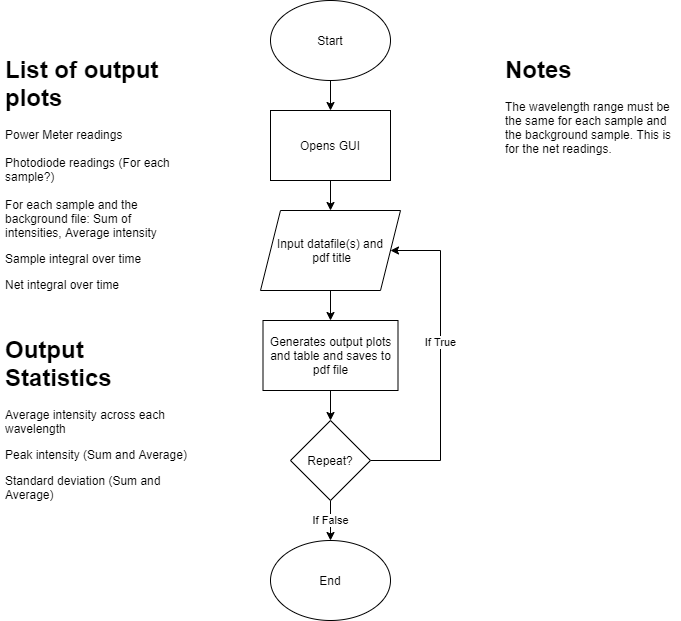
Before: Optrode_Analysis.png, a diagram exported from draw.io (Benjamin-Mc/Optrode). Source tidied: cells renumbered, new cells last; positions are measured from the earlier drawing's top-left corner, leaving out a move shared by most shapes.
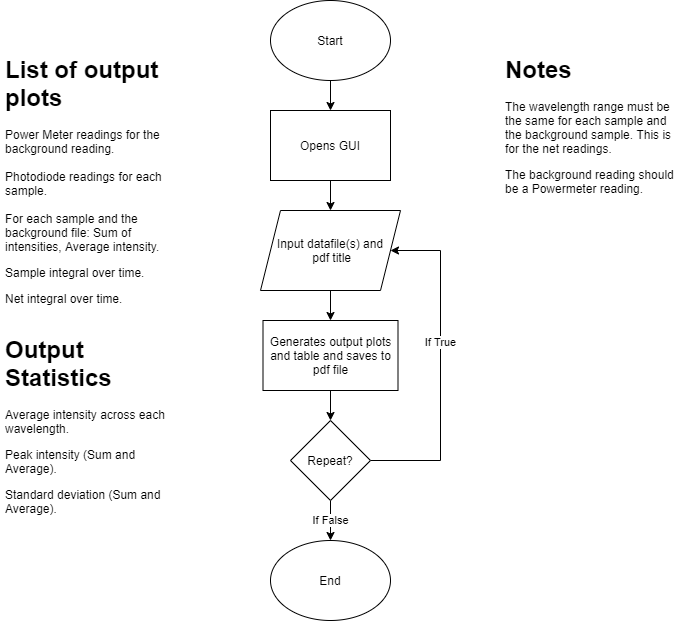
The same diagram one commit later.

What changed in the source:
```diff
@@ -26,7 +26,7 @@
     <mxCell id="9" value="Generates output plots and table and saves to pdf file" style="whiteSpace=wrap;html=1;" parent="1" vertex="1">
       <mxGeometry x="262.5" y="320" width="135" height="70" as="geometry" />
     </mxCell>
-    <mxCell id="10" value="&lt;h1&gt;List of output plots&lt;/h1&gt;&lt;div&gt;Power Meter readings&lt;/div&gt;&lt;div&gt;&lt;br&gt;&lt;/div&gt;&lt;div&gt;Photodiode readings (For each sample?)&lt;/div&gt;&lt;div&gt;&lt;br&gt;&lt;/div&gt;&lt;div&gt;For each sample and the background file:&amp;nbsp;&lt;span&gt;Sum of intensities,&amp;nbsp;&lt;/span&gt;&lt;span&gt;Average intensity&lt;/span&gt;&lt;/div&gt;&lt;p&gt;Sample integral over time&lt;/p&gt;&lt;p&gt;Net integral over time&lt;/p&gt;" style="text;html=1;strokeColor=none;fillColor=none;spacing=5;spacingTop=-20;whiteSpace=wrap;overflow=hidden;rounded=0;" parent="1" vertex="1">
+    <mxCell id="10" value="&lt;h1&gt;List of output plots&lt;/h1&gt;&lt;div&gt;Power Meter readings for the background reading.&lt;/div&gt;&lt;div&gt;&lt;br&gt;&lt;/div&gt;&lt;div&gt;Photodiode readings for each sample.&lt;/div&gt;&lt;div&gt;&lt;br&gt;&lt;/div&gt;&lt;div&gt;For each sample and the background file:&amp;nbsp;&lt;span&gt;Sum of intensities,&amp;nbsp;&lt;/span&gt;&lt;span&gt;Average intensity.&lt;/span&gt;&lt;/div&gt;&lt;p&gt;Sample integral over time.&lt;/p&gt;&lt;p&gt;Net integral over time.&lt;/p&gt;" style="text;html=1;strokeColor=none;fillColor=none;spacing=5;spacingTop=-20;whiteSpace=wrap;overflow=hidden;rounded=0;" parent="1" vertex="1">
       <mxGeometry y="50" width="190" height="270" as="geometry" />
     </mxCell>
     <mxCell id="11" style="edgeStyle=orthogonalEdgeStyle;rounded=0;jettySize=auto;html=1;entryX=1;entryY=0.5;entryDx=0;entryDy=0;" parent="1" edge="1" source="14" target="7">
@@ -49,10 +49,10 @@
     <mxCell id="15" value="End" style="ellipse;whiteSpace=wrap;html=1;" parent="1" vertex="1">
       <mxGeometry x="270" y="540" width="120" height="80" as="geometry" />
     </mxCell>
-    <mxCell id="16" value="&lt;h1&gt;Notes&lt;/h1&gt;&lt;p&gt;The wavelength range must be the same for each sample and the background sample. This is for the net readings.&lt;/p&gt;&lt;p&gt;&lt;br&gt;&lt;/p&gt;" style="text;html=1;strokeColor=none;fillColor=none;spacing=5;spacingTop=-20;whiteSpace=wrap;overflow=hidden;rounded=0;" parent="1" vertex="1">
-      <mxGeometry x="500" y="50" width="180" height="120" as="geometry" />
+    <mxCell id="16" value="&lt;h1&gt;Notes&lt;/h1&gt;&lt;p&gt;The wavelength range must be the same for each sample and the background sample. This is for the net readings.&lt;/p&gt;&lt;p&gt;The background reading should be a Powermeter reading.&lt;/p&gt;&lt;p&gt;&lt;br&gt;&lt;/p&gt;&lt;p&gt;&lt;br&gt;&lt;/p&gt;" style="text;html=1;strokeColor=none;fillColor=none;spacing=5;spacingTop=-20;whiteSpace=wrap;overflow=hidden;rounded=0;" parent="1" vertex="1">
+      <mxGeometry x="500" y="50" width="180" height="230" as="geometry" />
     </mxCell>
-    <mxCell id="17" value="&lt;h1&gt;Output Statistics&lt;/h1&gt;&lt;p&gt;Average intensity across each wavelength&lt;/p&gt;&lt;p&gt;Peak intensity (Sum and Average)&lt;/p&gt;&lt;p&gt;Standard deviation (Sum and Average)&lt;/p&gt;" style="text;html=1;strokeColor=none;fillColor=none;spacing=5;spacingTop=-20;whiteSpace=wrap;overflow=hidden;rounded=0;" parent="1" vertex="1">
+    <mxCell id="17" value="&lt;h1&gt;Output Statistics&lt;/h1&gt;&lt;p&gt;Average intensity across each wavelength.&lt;/p&gt;&lt;p&gt;Peak intensity (Sum and Average).&lt;/p&gt;&lt;p&gt;Standard deviation (Sum and Average).&lt;/p&gt;" style="text;html=1;strokeColor=none;fillColor=none;spacing=5;spacingTop=-20;whiteSpace=wrap;overflow=hidden;rounded=0;" parent="1" vertex="1">
       <mxGeometry y="330" width="190" height="210" as="geometry" />
     </mxCell>
   </root>
```
